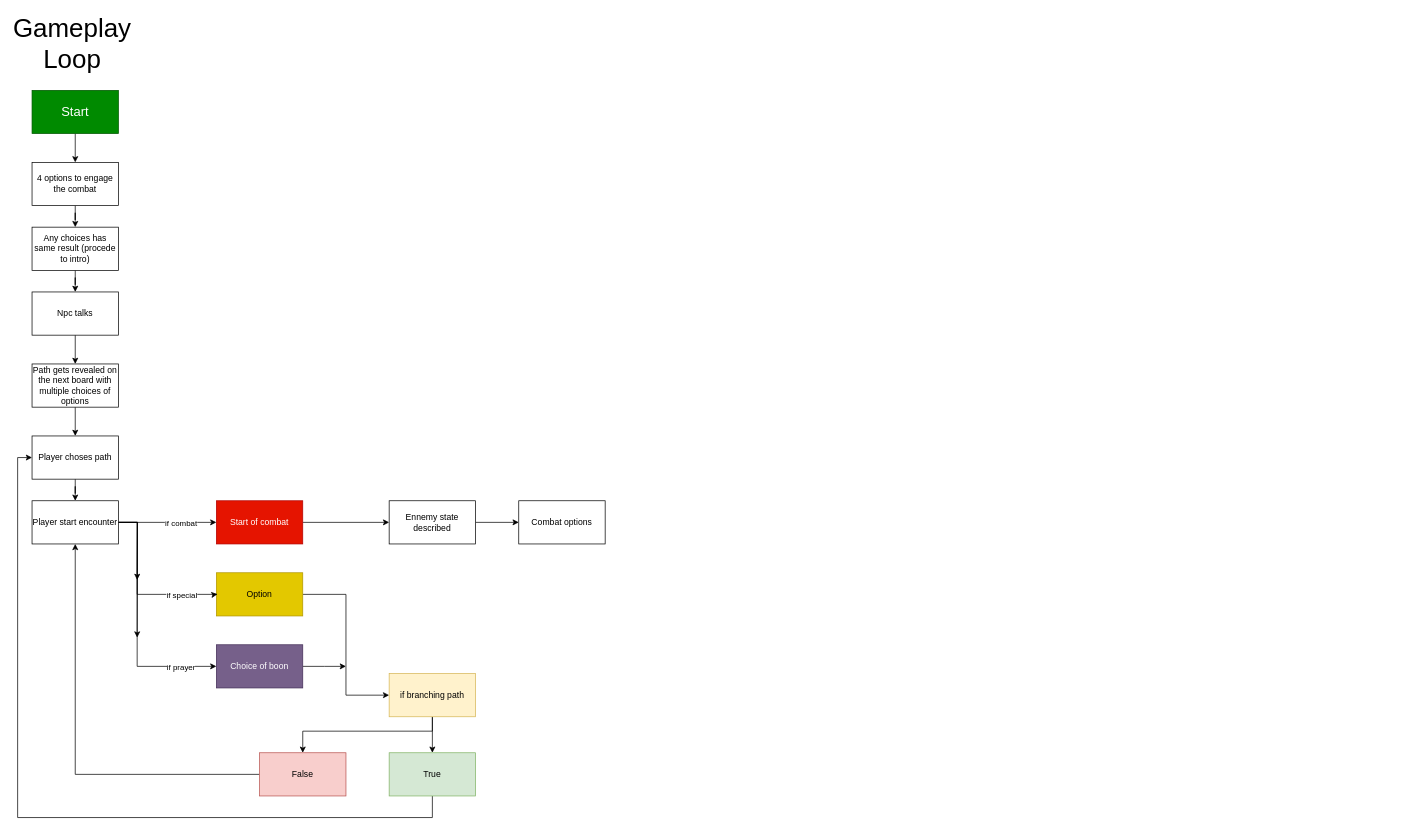
This is Ideas/GameFlowchart.drawio from Iangamer1er/AcerolaJam0, a draw.io file, before an edit. Source tidied: cells renumbered, new cells numbered last; positions are measured from the earlier drawing's top-left corner, leaving out a move shared by most shapes. Both pictures are drawn from the tidied source at 72%, with x=0, y=0 at pixel (17, 32).
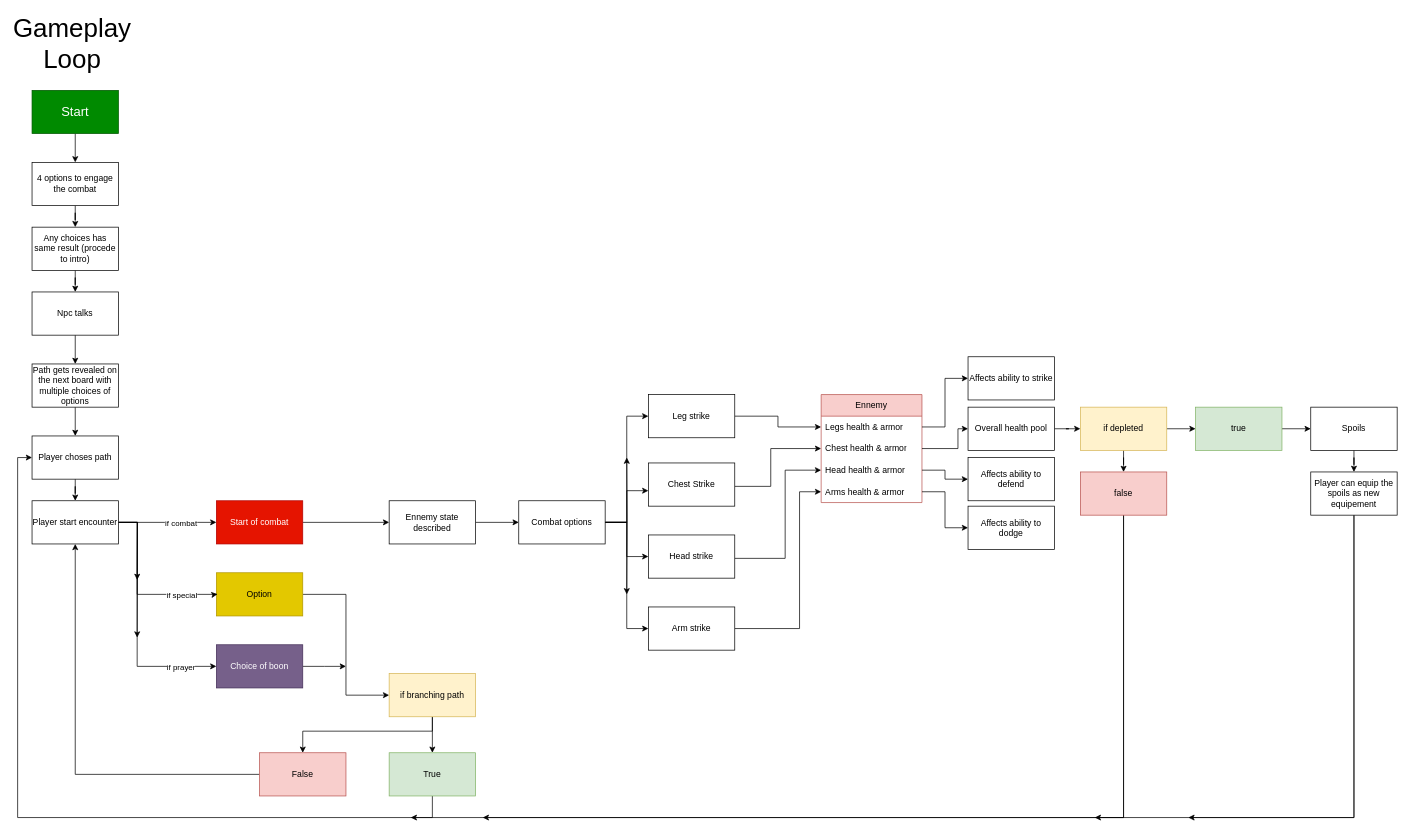
The same diagram, later.

Commit message:
added combat flow to GameFlowchart.drawio

Unchanged cells that the change refers to:
```xml
<mxCell id="39" value="Combat options" style="rounded=0;whiteSpace=wrap;html=1;" parent="1" vertex="1">
  <mxGeometry x="696" y="650" width="120" height="60" as="geometry" />
</mxCell>
```

The edit, as a diff of the source:
```diff
@@
+    <mxCell id="40" style="edgeStyle=orthogonalEdgeStyle;rounded=0;jettySize=auto;html=1;entryX=0;entryY=0.5;entryDx=0;entryDy=0;" parent="1" edge="1" source="39" target="46">
+      <mxGeometry relative="1" as="geometry" />
+    </mxCell>
+    <mxCell id="41" style="edgeStyle=orthogonalEdgeStyle;rounded=0;jettySize=auto;html=1;entryX=0;entryY=0.5;entryDx=0;entryDy=0;" parent="1" edge="1" source="39" target="50">
+      <mxGeometry relative="1" as="geometry" />
+    </mxCell>
+    <mxCell id="42" style="edgeStyle=orthogonalEdgeStyle;rounded=0;jettySize=auto;html=1;entryX=0;entryY=0.5;entryDx=0;entryDy=0;" parent="1" edge="1" source="39" target="52">
+      <mxGeometry relative="1" as="geometry" />
+    </mxCell>
+    <mxCell id="43" style="edgeStyle=orthogonalEdgeStyle;rounded=0;jettySize=auto;html=1;" parent="1" edge="1" source="39">
+      <mxGeometry relative="1" as="geometry">
+        <mxPoint x="846" y="780" as="targetPoint" />
+      </mxGeometry>
+    </mxCell>
+    <mxCell id="44" style="edgeStyle=orthogonalEdgeStyle;rounded=0;jettySize=auto;html=1;" parent="1" edge="1" source="39">
+      <mxGeometry relative="1" as="geometry">
+        <mxPoint x="846" y="590" as="targetPoint" />
+      </mxGeometry>
+    </mxCell>
@@
+    <mxCell id="45" style="edgeStyle=orthogonalEdgeStyle;rounded=0;jettySize=auto;html=1;entryX=0;entryY=0.5;entryDx=0;entryDy=0;" parent="1" edge="1" source="46" target="55">
+      <mxGeometry relative="1" as="geometry" />
+    </mxCell>
+    <mxCell id="46" value="Leg strike" style="rounded=0;whiteSpace=wrap;html=1;" parent="1" vertex="1">
+      <mxGeometry x="876" y="502.5" width="120" height="60" as="geometry" />
+    </mxCell>
+    <mxCell id="47" style="edgeStyle=orthogonalEdgeStyle;rounded=0;jettySize=auto;html=1;entryX=0;entryY=0.5;entryDx=0;entryDy=0;" parent="1" edge="1" source="48" target="56">
+      <mxGeometry relative="1" as="geometry">
+        <Array as="points">
+          <mxPoint x="1046" y="630" />
+          <mxPoint x="1046" y="578" />
+        </Array>
+      </mxGeometry>
+    </mxCell>
+    <mxCell id="48" value="Chest Strike" style="rounded=0;whiteSpace=wrap;html=1;" parent="1" vertex="1">
+      <mxGeometry x="876" y="597.5" width="120" height="60" as="geometry" />
+    </mxCell>
+    <mxCell id="49" style="edgeStyle=orthogonalEdgeStyle;rounded=0;jettySize=auto;html=1;entryX=0;entryY=0.5;entryDx=0;entryDy=0;" parent="1" edge="1" source="50" target="57">
+      <mxGeometry relative="1" as="geometry">
+        <Array as="points">
+          <mxPoint x="1066" y="730" />
+          <mxPoint x="1066" y="608" />
+        </Array>
+      </mxGeometry>
+    </mxCell>
+    <mxCell id="50" value="Head strike" style="rounded=0;whiteSpace=wrap;html=1;" parent="1" vertex="1">
+      <mxGeometry x="876" y="697.5" width="120" height="60" as="geometry" />
+    </mxCell>
+    <mxCell id="51" style="edgeStyle=orthogonalEdgeStyle;rounded=0;jettySize=auto;html=1;entryX=0;entryY=0.5;entryDx=0;entryDy=0;" parent="1" edge="1" source="52" target="58">
+      <mxGeometry relative="1" as="geometry">
+        <Array as="points">
+          <mxPoint x="1086" y="828" />
+          <mxPoint x="1086" y="638" />
+        </Array>
+      </mxGeometry>
+    </mxCell>
+    <mxCell id="52" value="Arm strike" style="rounded=0;whiteSpace=wrap;html=1;" parent="1" vertex="1">
+      <mxGeometry x="876" y="797.5" width="120" height="60" as="geometry" />
+    </mxCell>
+    <mxCell id="53" style="edgeStyle=orthogonalEdgeStyle;rounded=0;jettySize=auto;html=1;entryX=0;entryY=0.642;entryDx=0;entryDy=0;entryPerimeter=0;" parent="1" edge="1" source="39" target="48">
+      <mxGeometry relative="1" as="geometry" />
+    </mxCell>
+    <mxCell id="54" value="Ennemy" style="swimlane;fontStyle=0;horizontal=1;startSize=30;whiteSpace=wrap;html=1;fillColor=#f8cecc;strokeColor=#b85450;" parent="1" vertex="1">
+      <mxGeometry x="1116" y="502.5" width="140" height="150" as="geometry" />
+    </mxCell>
+    <mxCell id="55" value="Legs health &amp;amp; armor" style="text;strokeColor=none;fillColor=none;align=left;verticalAlign=middle;spacingLeft=4;spacingRight=4;overflow=hidden;points=[[0,0.5],[1,0.5]];portConstraint=eastwest;whiteSpace=wrap;html=1;" parent="54" vertex="1">
+      <mxGeometry y="30" width="140" height="30" as="geometry" />
+    </mxCell>
+    <mxCell id="56" value="Chest health &amp;amp; armor" style="text;strokeColor=none;fillColor=none;align=left;verticalAlign=middle;spacingLeft=4;spacingRight=4;overflow=hidden;points=[[0,0.5],[1,0.5]];portConstraint=eastwest;whiteSpace=wrap;html=1;" parent="54" vertex="1">
+      <mxGeometry y="60" width="140" height="30" as="geometry" />
+    </mxCell>
+    <mxCell id="57" value="Head health &amp;amp; armor" style="text;strokeColor=none;fillColor=none;align=left;verticalAlign=middle;spacingLeft=4;spacingRight=4;overflow=hidden;points=[[0,0.5],[1,0.5]];portConstraint=eastwest;whiteSpace=wrap;html=1;" parent="54" vertex="1">
+      <mxGeometry y="90" width="140" height="30" as="geometry" />
+    </mxCell>
+    <mxCell id="58" value="Arms health &amp;amp; armor" style="text;strokeColor=none;fillColor=none;align=left;verticalAlign=middle;spacingLeft=4;spacingRight=4;overflow=hidden;points=[[0,0.5],[1,0.5]];portConstraint=eastwest;whiteSpace=wrap;html=1;" parent="54" vertex="1">
+      <mxGeometry y="120" width="140" height="30" as="geometry" />
+    </mxCell>
+    <mxCell id="59" value="Affects ability to strike" style="rounded=0;whiteSpace=wrap;html=1;" parent="1" vertex="1">
+      <mxGeometry x="1320" y="450" width="120" height="60" as="geometry" />
+    </mxCell>
+    <mxCell id="60" value="Affects ability to defend" style="rounded=0;whiteSpace=wrap;html=1;" parent="1" vertex="1">
+      <mxGeometry x="1320" y="590" width="120" height="60" as="geometry" />
+    </mxCell>
+    <mxCell id="61" value="Affects ability to dodge" style="rounded=0;whiteSpace=wrap;html=1;" parent="1" vertex="1">
+      <mxGeometry x="1320" y="657.5" width="120" height="60" as="geometry" />
+    </mxCell>
+    <mxCell id="62" style="edgeStyle=orthogonalEdgeStyle;rounded=0;jettySize=auto;html=1;entryX=0;entryY=0.5;entryDx=0;entryDy=0;" parent="1" edge="1" source="63" target="72">
+      <mxGeometry relative="1" as="geometry" />
+    </mxCell>
+    <mxCell id="63" value="Overall health pool" style="rounded=0;whiteSpace=wrap;html=1;" parent="1" vertex="1">
+      <mxGeometry x="1320" y="520" width="120" height="60" as="geometry" />
+    </mxCell>
+    <mxCell id="64" style="edgeStyle=orthogonalEdgeStyle;rounded=0;jettySize=auto;html=1;entryX=0;entryY=0.5;entryDx=0;entryDy=0;" parent="1" edge="1" source="55" target="59">
+      <mxGeometry relative="1" as="geometry" />
+    </mxCell>
+    <mxCell id="65" style="edgeStyle=orthogonalEdgeStyle;rounded=0;jettySize=auto;html=1;entryX=0;entryY=0.5;entryDx=0;entryDy=0;" parent="1" edge="1" source="56" target="63">
+      <mxGeometry relative="1" as="geometry">
+        <Array as="points">
+          <mxPoint x="1306" y="578" />
+          <mxPoint x="1306" y="550" />
+        </Array>
+      </mxGeometry>
+    </mxCell>
+    <mxCell id="66" style="edgeStyle=orthogonalEdgeStyle;rounded=0;jettySize=auto;html=1;entryX=0;entryY=0.5;entryDx=0;entryDy=0;" parent="1" edge="1" source="57" target="60">
+      <mxGeometry relative="1" as="geometry" />
+    </mxCell>
+    <mxCell id="67" style="edgeStyle=orthogonalEdgeStyle;rounded=0;jettySize=auto;html=1;entryX=0;entryY=0.5;entryDx=0;entryDy=0;" parent="1" edge="1" source="58" target="61">
+      <mxGeometry relative="1" as="geometry" />
+    </mxCell>
+    <mxCell id="68" style="edgeStyle=orthogonalEdgeStyle;rounded=0;jettySize=auto;html=1;entryX=0;entryY=0.5;entryDx=0;entryDy=0;" parent="1" edge="1" source="69" target="77">
+      <mxGeometry relative="1" as="geometry" />
+    </mxCell>
+    <mxCell id="69" value="true" style="rounded=0;whiteSpace=wrap;html=1;fillColor=#d5e8d4;strokeColor=#82b366;" parent="1" vertex="1">
+      <mxGeometry x="1636" y="520" width="120" height="60" as="geometry" />
+    </mxCell>
+    <mxCell id="70" style="edgeStyle=orthogonalEdgeStyle;rounded=0;jettySize=auto;html=1;" parent="1" edge="1" source="72" target="75">
+      <mxGeometry relative="1" as="geometry" />
+    </mxCell>
+    <mxCell id="71" style="edgeStyle=orthogonalEdgeStyle;rounded=0;jettySize=auto;html=1;" parent="1" edge="1" source="72" target="69">
+      <mxGeometry relative="1" as="geometry" />
+    </mxCell>
+    <mxCell id="72" value="if depleted" style="rounded=0;whiteSpace=wrap;html=1;fillColor=#fff2cc;strokeColor=#d6b656;" parent="1" vertex="1">
+      <mxGeometry x="1476" y="520" width="120" height="60" as="geometry" />
+    </mxCell>
+    <mxCell id="73" style="edgeStyle=orthogonalEdgeStyle;rounded=0;jettySize=auto;html=1;" parent="1" edge="1" source="75">
+      <mxGeometry relative="1" as="geometry">
+        <mxPoint x="546" y="1090" as="targetPoint" />
+        <Array as="points">
+          <mxPoint x="1536" y="1090" />
+        </Array>
+      </mxGeometry>
+    </mxCell>
+    <mxCell id="74" style="edgeStyle=orthogonalEdgeStyle;rounded=0;jettySize=auto;html=1;" parent="1" edge="1" source="75">
+      <mxGeometry relative="1" as="geometry">
+        <mxPoint x="646" y="1090" as="targetPoint" />
+        <Array as="points">
+          <mxPoint x="1536" y="1090" />
+        </Array>
+      </mxGeometry>
+    </mxCell>
+    <mxCell id="75" value="false" style="rounded=0;whiteSpace=wrap;html=1;fillColor=#f8cecc;strokeColor=#b85450;" parent="1" vertex="1">
+      <mxGeometry x="1476" y="610" width="120" height="60" as="geometry" />
+    </mxCell>
+    <mxCell id="76" style="edgeStyle=orthogonalEdgeStyle;rounded=0;jettySize=auto;html=1;" parent="1" edge="1" source="77" target="80">
+      <mxGeometry relative="1" as="geometry" />
+    </mxCell>
+    <mxCell id="77" value="Spoils" style="rounded=0;whiteSpace=wrap;html=1;" parent="1" vertex="1">
+      <mxGeometry x="1796" y="520" width="120" height="60" as="geometry" />
+    </mxCell>
+    <mxCell id="78" style="edgeStyle=orthogonalEdgeStyle;rounded=0;jettySize=auto;html=1;" parent="1" edge="1" source="80">
+      <mxGeometry relative="1" as="geometry">
+        <mxPoint x="1496" y="1090" as="targetPoint" />
+        <Array as="points">
+          <mxPoint x="1856" y="1090" />
+        </Array>
+      </mxGeometry>
+    </mxCell>
+    <mxCell id="79" style="edgeStyle=orthogonalEdgeStyle;rounded=0;jettySize=auto;html=1;" parent="1" edge="1" source="80">
+      <mxGeometry relative="1" as="geometry">
+        <mxPoint x="1626" y="1090" as="targetPoint" />
+        <Array as="points">
+          <mxPoint x="1856" y="1090" />
+        </Array>
+      </mxGeometry>
+    </mxCell>
+    <mxCell id="80" value="Player can equip the spoils as new equipement" style="rounded=0;whiteSpace=wrap;html=1;" parent="1" vertex="1">
+      <mxGeometry x="1796" y="610" width="120" height="60" as="geometry" />
+    </mxCell>
```
